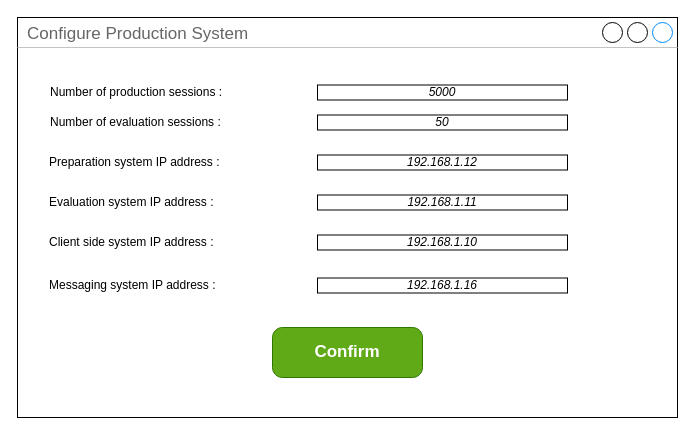
Before: configure/production system (JACO)/production_system.drawio in BaffoBello14/AutomaticDamagesRecognition, a draw.io diagram. Source tidied: cells renumbered, new cells numbered last; positions are measured from the earlier drawing's top-left corner, leaving out a move shared by most shapes. Both pictures are drawn from the tidied source at 100%, with x=0, y=0 at pixel (17, 17).
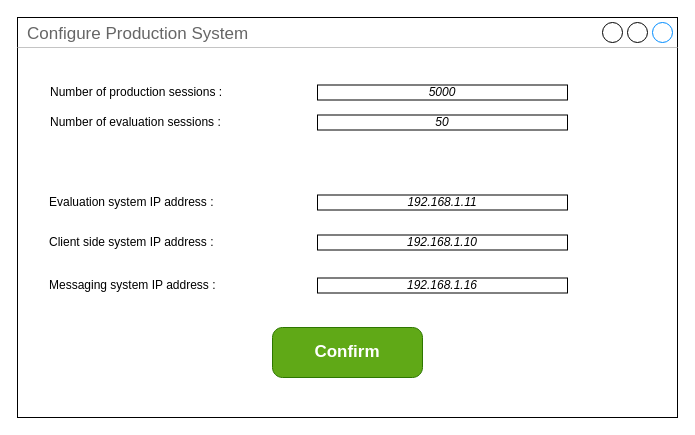
After the change.

Commit message:
prod sys config edited

Diff of the diagram source:
```diff
@@
 <mxGraphModel>
   <root>
     <mxCell id="0" />
     <mxCell id="1" parent="0" />
     <mxCell id="2" value="Configure Production System" style="strokeWidth=1;shadow=0;dashed=0;align=center;html=1;shape=mxgraph.mockup.containers.window;align=left;verticalAlign=top;spacingLeft=8;strokeColor2=#008cff;strokeColor3=#c4c4c4;fontColor=#666666;mainText=;fontSize=17;labelBackgroundColor=none;whiteSpace=wrap;" parent="1" vertex="1">
       <mxGeometry width="660" height="400" as="geometry" />
     </mxCell>
     <mxCell id="3" value="Confirm" style="strokeWidth=1;shadow=0;dashed=0;align=center;html=1;shape=mxgraph.mockup.buttons.button;strokeColor=#2D7600;fontColor=#ffffff;mainText=;buttonStyle=round;fontSize=17;fontStyle=1;fillColor=#60a917;whiteSpace=wrap;" parent="1" vertex="1">
       <mxGeometry x="255" y="310" width="150" height="50" as="geometry" />
     </mxCell>
     <mxCell id="4" value="Number of evaluation sessions :" style="text;html=1;strokeColor=none;fillColor=none;align=left;verticalAlign=middle;whiteSpace=wrap;rounded=0;" parent="1" vertex="1">
       <mxGeometry x="31" y="90" width="240" height="30" as="geometry" />
     </mxCell>
     <mxCell id="5" value="&lt;i&gt;&lt;font&gt;50&lt;/font&gt;&lt;/i&gt;" style="rounded=0;whiteSpace=wrap;html=1;fontColor=#000000;" parent="1" vertex="1">
       <mxGeometry x="300" y="97.5" width="250" height="15" as="geometry" />
     </mxCell>
-    <mxCell id="6" value="Preparation system IP address :" style="text;html=1;strokeColor=none;fillColor=none;align=left;verticalAlign=middle;whiteSpace=wrap;rounded=0;" parent="1" vertex="1">
-      <mxGeometry x="30" y="130" width="210" height="30" as="geometry" />
-    </mxCell>
-    <mxCell id="7" value="&lt;i style=&quot;border-color: var(--border-color);&quot;&gt;&lt;font style=&quot;border-color: var(--border-color);&quot;&gt;192.168.1.12&lt;/font&gt;&lt;/i&gt;" style="rounded=0;whiteSpace=wrap;html=1;fontColor=#000000;" parent="1" vertex="1">
-      <mxGeometry x="300" y="137.5" width="250" height="15" as="geometry" />
-    </mxCell>
     <mxCell id="8" value="Evaluation system IP address :" style="text;html=1;strokeColor=none;fillColor=none;align=left;verticalAlign=middle;whiteSpace=wrap;rounded=0;" parent="1" vertex="1">
       <mxGeometry x="30" y="170" width="210" height="30" as="geometry" />
     </mxCell>
     <mxCell id="9" value="&lt;i style=&quot;border-color: var(--border-color);&quot;&gt;&lt;font style=&quot;border-color: var(--border-color);&quot;&gt;192.168.1.11&lt;/font&gt;&lt;/i&gt;" style="rounded=0;whiteSpace=wrap;html=1;fontColor=#000000;" parent="1" vertex="1">
       <mxGeometry x="300" y="177.5" width="250" height="15" as="geometry" />
     </mxCell>
     <mxCell id="10" value="Client side system IP address :" style="text;html=1;strokeColor=none;fillColor=none;align=left;verticalAlign=middle;whiteSpace=wrap;rounded=0;" parent="1" vertex="1">
       <mxGeometry x="30" y="210" width="210" height="30" as="geometry" />
     </mxCell>
     <mxCell id="11" value="&lt;i style=&quot;border-color: var(--border-color);&quot;&gt;&lt;font style=&quot;border-color: var(--border-color);&quot;&gt;192.168.1.10&lt;/font&gt;&lt;/i&gt;" style="rounded=0;whiteSpace=wrap;html=1;fontColor=#000000;" parent="1" vertex="1">
       <mxGeometry x="300" y="217.5" width="250" height="15" as="geometry" />
     </mxCell>
     <mxCell id="12" value="Messaging system IP address :" style="text;html=1;strokeColor=none;fillColor=none;align=left;verticalAlign=middle;whiteSpace=wrap;rounded=0;" parent="1" vertex="1">
       <mxGeometry x="30" y="253" width="210" height="30" as="geometry" />
     </mxCell>
     <mxCell id="13" value="&lt;i style=&quot;border-color: var(--border-color);&quot;&gt;&lt;font style=&quot;border-color: var(--border-color);&quot;&gt;192.168.1.16&lt;/font&gt;&lt;/i&gt;" style="rounded=0;whiteSpace=wrap;html=1;fontColor=#000000;" parent="1" vertex="1">
       <mxGeometry x="300" y="260.5" width="250" height="15" as="geometry" />
     </mxCell>
     <mxCell id="14" value="Number of production sessions :" style="text;html=1;strokeColor=none;fillColor=none;align=left;verticalAlign=middle;whiteSpace=wrap;rounded=0;" parent="1" vertex="1">
       <mxGeometry x="31" y="60" width="240" height="30" as="geometry" />
     </mxCell>
     <mxCell id="15" value="&lt;i&gt;&lt;font&gt;5000&lt;/font&gt;&lt;/i&gt;" style="rounded=0;whiteSpace=wrap;html=1;fontColor=#000000;" parent="1" vertex="1">
       <mxGeometry x="300" y="67.5" width="250" height="15" as="geometry" />
     </mxCell>
   </root>
 </mxGraphModel>
```
